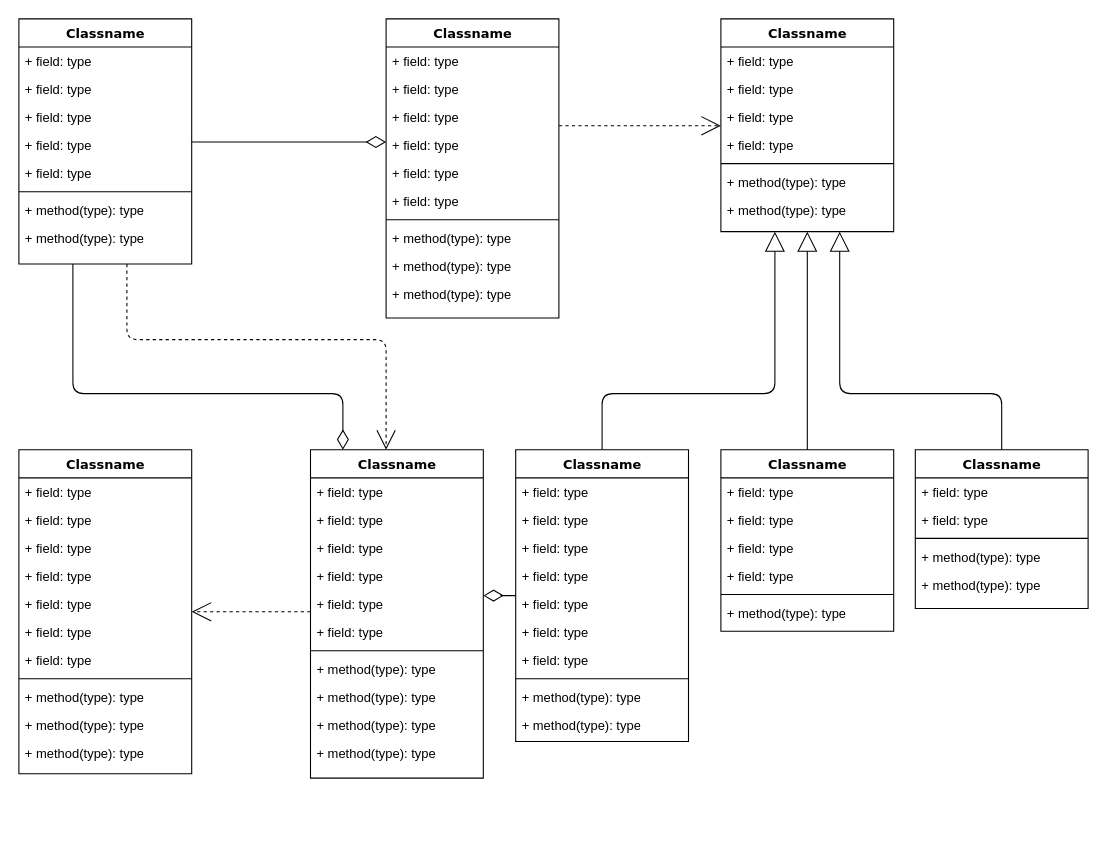
Before: ER.drawio in outeddy/silver, a draw.io diagram. Source tidied: cells renumbered, new cells numbered last; positions are measured from the earlier drawing's top-left corner, leaving out a move shared by most shapes. Both pictures are drawn from the tidied source at 108%, with x=0, y=0 at pixel (18, 18).
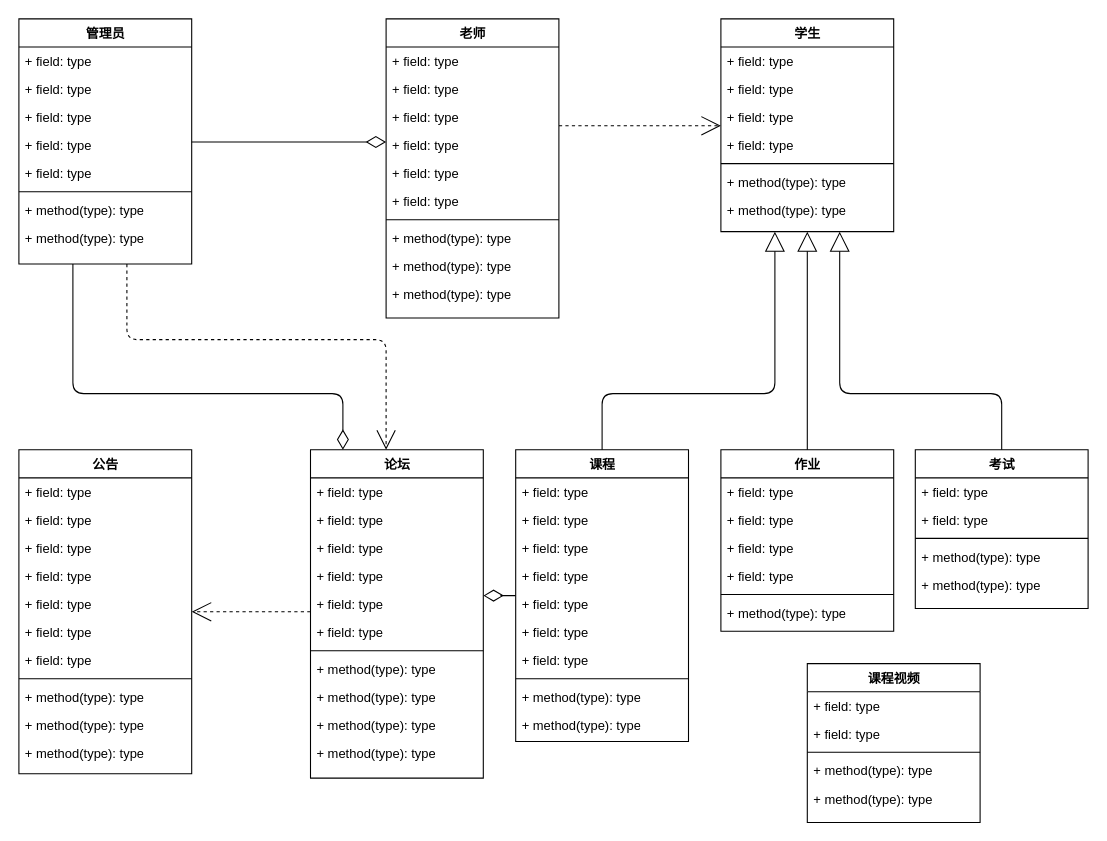
After the change.

Change to the diagram source:
```diff
@@
-    <mxCell id="4" value="Classname" style="swimlane;html=1;fontStyle=1;align=center;verticalAlign=top;horizontal=1;startSize=26;swimlaneFillColor=#ffffff;rounded=0;shadow=0;comic=0;labelBackgroundColor=none;strokeWidth=1;fillColor=none;fontFamily=Verdana;fontSize=12;" parent="1" vertex="1">
+    <mxCell id="4" value="管理员" style="swimlane;html=1;fontStyle=1;align=center;verticalAlign=top;horizontal=1;startSize=26;swimlaneFillColor=#ffffff;rounded=0;shadow=0;comic=0;labelBackgroundColor=none;strokeWidth=1;fillColor=none;fontFamily=Verdana;fontSize=12;" parent="1" vertex="1">
       <mxGeometry width="160" height="227" as="geometry" />
     </mxCell>
@@
-    <mxCell id="14" value="Classname" style="swimlane;html=1;fontStyle=1;align=center;verticalAlign=top;horizontal=1;startSize=26;swimlaneFillColor=#ffffff;rounded=0;shadow=0;comic=0;labelBackgroundColor=none;strokeWidth=1;fillColor=none;fontFamily=Verdana;fontSize=12;" parent="1" vertex="1">
+    <mxCell id="14" value="老师" style="swimlane;html=1;fontStyle=1;align=center;verticalAlign=top;horizontal=1;startSize=26;swimlaneFillColor=#ffffff;rounded=0;shadow=0;comic=0;labelBackgroundColor=none;strokeWidth=1;fillColor=none;fontFamily=Verdana;fontSize=12;" parent="1" vertex="1">
       <mxGeometry x="340" width="160" height="277" as="geometry" />
     </mxCell>
@@
-    <mxCell id="25" value="Classname" style="swimlane;html=1;fontStyle=1;align=center;verticalAlign=top;horizontal=1;startSize=26;swimlaneFillColor=#ffffff;rounded=0;shadow=0;comic=0;labelBackgroundColor=none;strokeWidth=1;fillColor=none;fontFamily=Verdana;fontSize=12;" parent="1" vertex="1">
+    <mxCell id="25" value="学生" style="swimlane;html=1;fontStyle=1;align=center;verticalAlign=top;horizontal=1;startSize=26;swimlaneFillColor=#ffffff;rounded=0;shadow=0;comic=0;labelBackgroundColor=none;strokeWidth=1;fillColor=none;fontFamily=Verdana;fontSize=12;" parent="1" vertex="1">
       <mxGeometry x="650" width="160" height="197" as="geometry" />
     </mxCell>
@@
-    <mxCell id="34" value="Classname" style="swimlane;html=1;fontStyle=1;align=center;verticalAlign=top;horizontal=1;startSize=26;swimlaneFillColor=#ffffff;rounded=0;shadow=0;comic=0;labelBackgroundColor=none;strokeWidth=1;fillColor=none;fontFamily=Verdana;fontSize=12;" parent="1" vertex="1">
+    <mxCell id="34" value="公告" style="swimlane;html=1;fontStyle=1;align=center;verticalAlign=top;horizontal=1;startSize=26;swimlaneFillColor=#ffffff;rounded=0;shadow=0;comic=0;labelBackgroundColor=none;strokeWidth=1;fillColor=none;fontFamily=Verdana;fontSize=12;" parent="1" vertex="1">
       <mxGeometry y="399" width="160" height="300" as="geometry" />
     </mxCell>
@@
-    <mxCell id="47" value="Classname" style="swimlane;html=1;fontStyle=1;align=center;verticalAlign=top;horizontal=1;startSize=26;swimlaneFillColor=#ffffff;rounded=0;shadow=0;comic=0;labelBackgroundColor=none;strokeWidth=1;fillColor=none;fontFamily=Verdana;fontSize=12;" parent="1" vertex="1">
+    <mxCell id="47" value="论坛" style="swimlane;html=1;fontStyle=1;align=center;verticalAlign=top;horizontal=1;startSize=26;swimlaneFillColor=#ffffff;rounded=0;shadow=0;comic=0;labelBackgroundColor=none;strokeWidth=1;fillColor=none;fontFamily=Verdana;fontSize=12;" parent="1" vertex="1">
       <mxGeometry x="270" y="399" width="160" height="304" as="geometry" />
     </mxCell>
@@
-    <mxCell id="60" value="Classname" style="swimlane;html=1;fontStyle=1;align=center;verticalAlign=top;horizontal=1;startSize=26;swimlaneFillColor=#ffffff;rounded=0;shadow=0;comic=0;labelBackgroundColor=none;strokeWidth=1;fillColor=none;fontFamily=Verdana;fontSize=12;" parent="1" vertex="1">
+    <mxCell id="60" value="课程" style="swimlane;html=1;fontStyle=1;align=center;verticalAlign=top;horizontal=1;startSize=26;swimlaneFillColor=#ffffff;rounded=0;shadow=0;comic=0;labelBackgroundColor=none;strokeWidth=1;fillColor=none;fontFamily=Verdana;fontSize=12;" parent="1" vertex="1">
       <mxGeometry x="460" y="399" width="160" height="270" as="geometry" />
     </mxCell>
@@
-    <mxCell id="72" value="Classname" style="swimlane;html=1;fontStyle=1;align=center;verticalAlign=top;horizontal=1;startSize=26;swimlaneFillColor=#ffffff;rounded=0;shadow=0;comic=0;labelBackgroundColor=none;strokeWidth=1;fillColor=none;fontFamily=Verdana;fontSize=12;" parent="1" vertex="1">
+    <mxCell id="72" value="作业" style="swimlane;html=1;fontStyle=1;align=center;verticalAlign=top;horizontal=1;startSize=26;swimlaneFillColor=#ffffff;rounded=0;shadow=0;comic=0;labelBackgroundColor=none;strokeWidth=1;fillColor=none;fontFamily=Verdana;fontSize=12;" parent="1" vertex="1">
       <mxGeometry x="650" y="399" width="160" height="168" as="geometry" />
     </mxCell>
@@
-    <mxCell id="80" value="Classname" style="swimlane;html=1;fontStyle=1;align=center;verticalAlign=top;horizontal=1;startSize=26;swimlaneFillColor=#ffffff;rounded=0;shadow=0;comic=0;labelBackgroundColor=none;strokeWidth=1;fillColor=none;fontFamily=Verdana;fontSize=12;" parent="1" vertex="1">
+    <mxCell id="80" value="考试" style="swimlane;html=1;fontStyle=1;align=center;verticalAlign=top;horizontal=1;startSize=26;swimlaneFillColor=#ffffff;rounded=0;shadow=0;comic=0;labelBackgroundColor=none;strokeWidth=1;fillColor=none;fontFamily=Verdana;fontSize=12;" parent="1" vertex="1">
       <mxGeometry x="830" y="399" width="160" height="147" as="geometry" />
     </mxCell>
@@
+    <mxCell id="87" value="课程视频" style="swimlane;html=1;fontStyle=1;align=center;verticalAlign=top;horizontal=1;startSize=26;swimlaneFillColor=#ffffff;rounded=0;shadow=0;comic=0;labelBackgroundColor=none;strokeWidth=1;fillColor=none;fontFamily=Verdana;fontSize=12;" parent="1" vertex="1">
+      <mxGeometry x="730" y="597" width="160" height="147" as="geometry" />
+    </mxCell>
+    <mxCell id="88" value="+ field: type" style="text;html=1;strokeColor=none;fillColor=none;align=left;verticalAlign=top;spacingLeft=4;spacingRight=4;whiteSpace=wrap;overflow=hidden;" parent="87" vertex="1">
+      <mxGeometry y="26" width="160" height="26" as="geometry" />
+    </mxCell>
+    <mxCell id="89" value="+ field: type" style="text;html=1;strokeColor=none;fillColor=none;align=left;verticalAlign=top;spacingLeft=4;spacingRight=4;whiteSpace=wrap;overflow=hidden;" parent="87" vertex="1">
+      <mxGeometry y="52" width="160" height="26" as="geometry" />
+    </mxCell>
+    <mxCell id="90" style="line;html=1;strokeWidth=1;fillColor=none;align=left;verticalAlign=middle;spacingTop=-1;spacingLeft=3;spacingRight=3;labelPosition=right;" parent="87" vertex="1">
+      <mxGeometry y="78" width="160" height="8" as="geometry" />
+    </mxCell>
+    <mxCell id="91" value="+ method(type): type" style="text;html=1;strokeColor=none;fillColor=none;align=left;verticalAlign=top;spacingLeft=4;spacingRight=4;whiteSpace=wrap;overflow=hidden;" parent="87" vertex="1">
+      <mxGeometry y="86" width="160" height="26" as="geometry" />
+    </mxCell>
+    <mxCell id="92" value="+ method(type): type" style="text;html=1;strokeColor=none;fillColor=none;align=left;verticalAlign=top;spacingLeft=4;spacingRight=4;whiteSpace=wrap;overflow=hidden;" parent="87" vertex="1">
+      <mxGeometry y="112" width="160" height="26" as="geometry" />
+    </mxCell>
```
